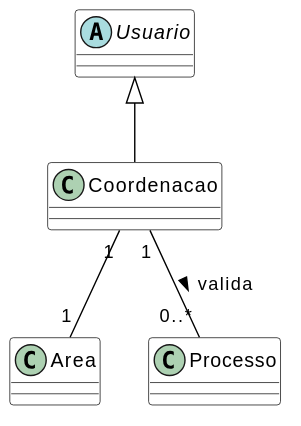
The PlantUML diagram docs/assets/Diagramas/out/diagrama_classes_coordenacao.svg in Projetos-de-Extensao/PBE_26.1_8002_III, before a commit. Source of this version:
```plantuml
@startuml
skinparam class {
BackgroundColor White
ArrowColor Black
BorderColor Black
}

abstract class Usuario {
}

class Coordenacao extends Usuario {
}

class Area {
}

class Processo {
}

Coordenacao "1" -- "1" Area
Coordenacao "1" -- "0..*" Processo : valida >
@enduml
```
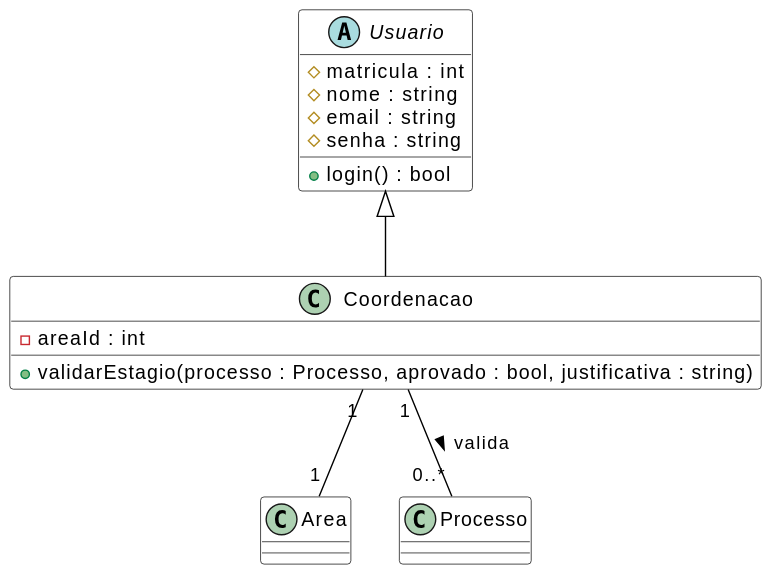
After the change.

The edit, as a diff of the source:
```diff
@@ -6,9 +6,16 @@
 }
 
 abstract class Usuario {
+# matricula : int
+# nome : string
+# email : string
+# senha : string
++ login() : bool
 }
 
 class Coordenacao extends Usuario {
+- areaId : int
++ validarEstagio(processo : Processo, aprovado : bool, justificativa : string)
 }
 
 class Area {
```
